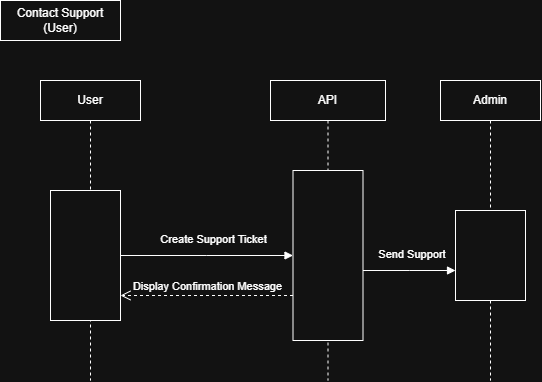
Earlier version of the draw.io export BraydenDiagrams/SequenceDiagram1.png (puckblocker/PokePacker). Source tidied: cells renumbered, new cells last; positions are measured from the earlier drawing's top-left corner, leaving out a move shared by most shapes.
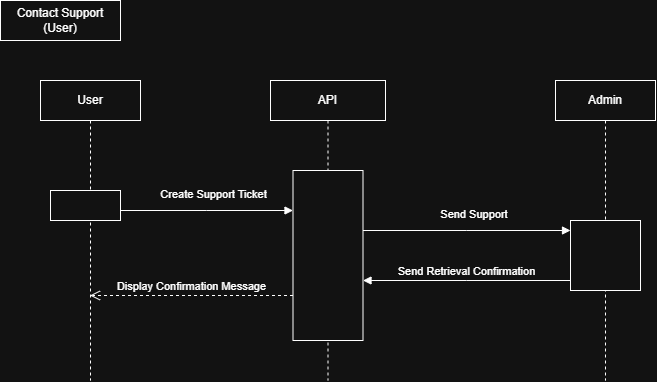
The same file after the commit.

Commit message:
Updated Sequence Diagram 1

Updated Sequence Diagram 1 to better match the time taken

The edit, as a diff of the source:
```diff
@@ -6,7 +6,7 @@
       <mxGeometry x="40" y="80" width="100" height="300" as="geometry" />
     </mxCell>
     <mxCell id="3" style="html=1;points=[[0,0,0,0,5],[0,1,0,0,-5],[1,0,0,0,5],[1,1,0,0,-5]];perimeter=orthogonalPerimeter;outlineConnect=0;targetShapes=umlLifeline;portConstraint=eastwest;newEdgeStyle={&quot;edgeStyle&quot;:&quot;sequenceEdgeStyle&quot;,&quot;libavoidRouting&quot;:0,&quot;curved&quot;:0,&quot;rounded&quot;:0};" parent="2" vertex="1">
-      <mxGeometry x="10" y="110" width="70" height="130" as="geometry" />
+      <mxGeometry x="10" y="110" width="70" height="30" as="geometry" />
     </mxCell>
     <mxCell id="4" value="API" style="shape=umlLifeline;perimeter=lifelinePerimeter;whiteSpace=wrap;html=1;newEdgeStyle={&quot;edgeStyle&quot;:&quot;sequenceEdgeStyle&quot;,&quot;libavoidRouting&quot;:0,&quot;curved&quot;:0,&quot;rounded&quot;:0};" parent="1" vertex="1">
       <mxGeometry x="270" y="80" width="115" height="300" as="geometry" />
@@ -15,13 +15,16 @@
       <mxGeometry x="22.5" y="90" width="70" height="170" as="geometry" />
     </mxCell>
     <mxCell id="6" value="Create Support Ticket" style="html=1;verticalAlign=bottom;endArrow=block;edgeStyle=sequenceEdgeStyle;libavoidRouting=0;curved=0;rounded=0;" parent="1" edge="1" source="3" target="5">
-      <mxGeometry x="0.08" y="7" relative="1" as="geometry" />
+      <mxGeometry x="0.08" y="7" relative="1" as="geometry">
+        <Array as="points">
+          <mxPoint x="206.2" y="210" />
+        </Array>
+      </mxGeometry>
     </mxCell>
-    <mxCell id="7" value="Display Confirmation Message" style="html=1;verticalAlign=bottom;endArrow=open;dashed=1;endSize=8;edgeStyle=sequenceEdgeStyle;libavoidRouting=0;curved=0;rounded=0;" parent="1" edge="1" source="5">
+    <mxCell id="7" value="Display Confirmation Message" style="html=1;verticalAlign=bottom;endArrow=open;dashed=1;endSize=8;edgeStyle=sequenceEdgeStyle;libavoidRouting=0;curved=0;rounded=0;" parent="1" edge="1" source="5" target="2">
       <mxGeometry relative="1" as="geometry">
-        <mxPoint x="120" y="295" as="targetPoint" />
         <Array as="points">
-          <mxPoint x="186.2" y="295" />
+          <mxPoint x="206.2" y="295" />
         </Array>
       </mxGeometry>
     </mxCell>
@@ -29,17 +32,24 @@
       <mxGeometry width="120" height="40" as="geometry" />
     </mxCell>
     <mxCell id="9" value="Admin" style="shape=umlLifeline;perimeter=lifelinePerimeter;whiteSpace=wrap;html=1;newEdgeStyle={&quot;edgeStyle&quot;:&quot;sequenceEdgeStyle&quot;,&quot;libavoidRouting&quot;:0,&quot;curved&quot;:0,&quot;rounded&quot;:0};" parent="1" vertex="1">
-      <mxGeometry x="440" y="80" width="100" height="300" as="geometry" />
+      <mxGeometry x="555" y="80" width="100" height="300" as="geometry" />
     </mxCell>
+    <mxCell id="11" value="Send Support&amp;nbsp;" style="html=1;verticalAlign=bottom;endArrow=block;edgeStyle=sequenceEdgeStyle;libavoidRouting=0;curved=0;rounded=0;" parent="1" edge="1" source="5" target="10">
+      <mxGeometry x="0.08" y="7" relative="1" as="geometry">
+        <Array as="points">
+          <mxPoint x="408.8" y="230" />
+        </Array>
+      </mxGeometry>
+    </mxCell>
+    <mxCell id="12" value="Send Retrieval Confirmation" style="html=1;verticalAlign=bottom;endArrow=block;edgeStyle=sequenceEdgeStyle;libavoidRouting=0;curved=0;rounded=0;" parent="1" edge="1" source="10" target="5">
+      <mxGeometry relative="1" as="geometry">
+        <Array as="points">
+          <mxPoint x="470" y="280" />
+        </Array>
+      </mxGeometry>
+    </mxCell>
-    <mxCell id="10" style="html=1;points=[[0,0,0,0,5],[0,1,0,0,-5],[1,0,0,0,5],[1,1,0,0,-5]];perimeter=orthogonalPerimeter;outlineConnect=0;targetShapes=umlLifeline;portConstraint=eastwest;newEdgeStyle={&quot;edgeStyle&quot;:&quot;sequenceEdgeStyle&quot;,&quot;libavoidRouting&quot;:0,&quot;curved&quot;:0,&quot;rounded&quot;:0};" parent="9" vertex="1">
-      <mxGeometry x="15" y="130" width="70" height="90" as="geometry" />
+    <mxCell id="10" style="html=1;points=[[0,0,0,0,5],[0,1,0,0,-5],[1,0,0,0,5],[1,1,0,0,-5]];perimeter=orthogonalPerimeter;outlineConnect=0;targetShapes=umlLifeline;portConstraint=eastwest;newEdgeStyle={&quot;edgeStyle&quot;:&quot;sequenceEdgeStyle&quot;,&quot;libavoidRouting&quot;:0,&quot;curved&quot;:0,&quot;rounded&quot;:0};" parent="1" vertex="1">
+      <mxGeometry x="570" y="220" width="70" height="70" as="geometry" />
     </mxCell>
-    <mxCell id="11" value="Send Support&amp;nbsp;" style="html=1;verticalAlign=bottom;endArrow=block;edgeStyle=sequenceEdgeStyle;libavoidRouting=0;curved=0;rounded=0;" parent="1" edge="1" source="5" target="10">
-      <mxGeometry x="0.08" y="7" relative="1" as="geometry">
-        <Array as="points">
-          <mxPoint x="380" y="270" />
-        </Array>
-      </mxGeometry>
-    </mxCell>
   </root>
 </mxGraphModel>
```
